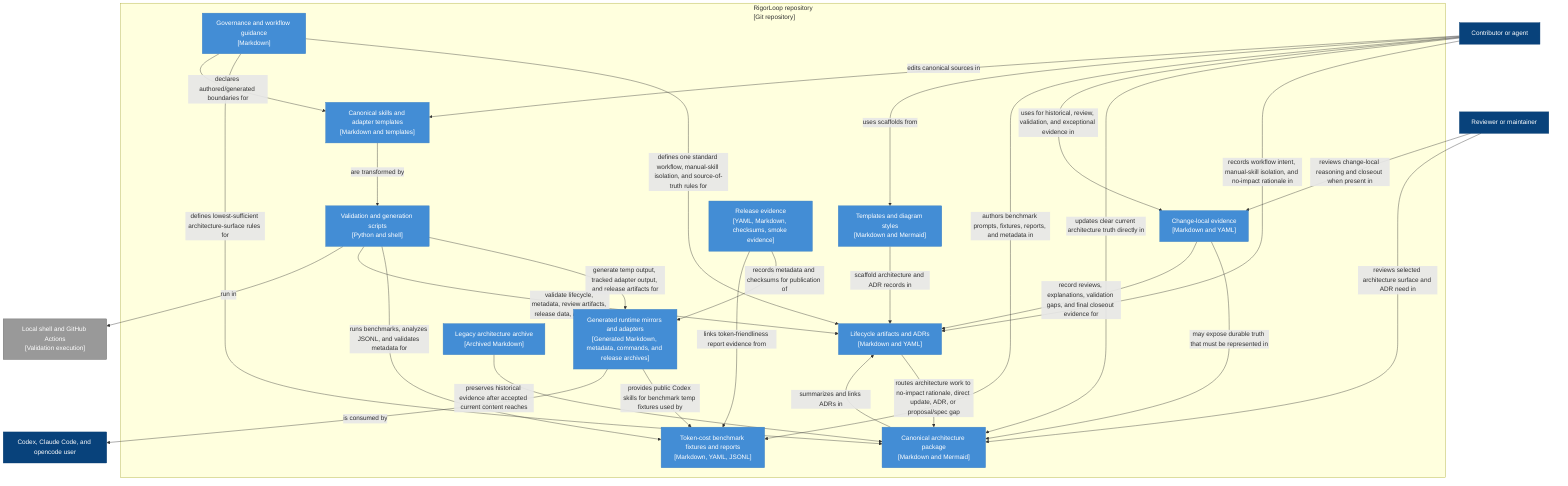
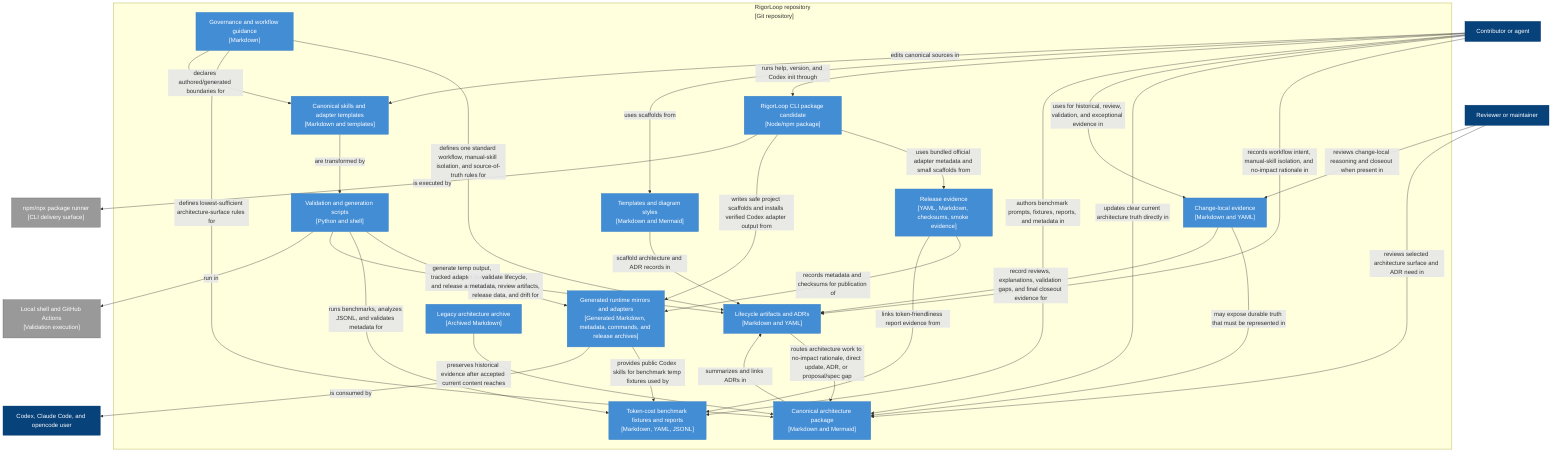
flowchart TB
  contributor["Contributor or agent"]:::person
  reviewer["Reviewer or maintainer"]:::person
  execution["Local shell and GitHub Actions<br/>[Validation execution]"]:::external
+   package_runner["npm/npx package runner<br/>[CLI delivery surface]"]:::external
  adapter_user["Codex, Claude Code, and opencode user"]:::person

  subgraph repo["RigorLoop repository<br/>[Git repository]"]
    governance["Governance and workflow guidance<br/>[Markdown]"]:::container
    lifecycle["Lifecycle artifacts and ADRs<br/>[Markdown and YAML]"]:::container
    token_bench["Token-cost benchmark fixtures and reports<br/>[Markdown, YAML, JSONL]"]:::container
+     cli["RigorLoop CLI package candidate<br/>[Node/npm package]"]:::container
    architecture["Canonical architecture package<br/>[Markdown and Mermaid]"]:::container
    changes["Change-local evidence<br/>[Markdown and YAML]"]:::container
    templates["Templates and diagram styles<br/>[Markdown and Mermaid]"]:::container
    skills["Canonical skills and adapter templates<br/>[Markdown and templates]"]:::container
    scripts["Validation and generation scripts<br/>[Python and shell]"]:::container
    generated["Generated runtime mirrors and adapters<br/>[Generated Markdown, metadata, commands, and release archives]"]:::container
    release["Release evidence<br/>[YAML, Markdown, checksums, smoke evidence]"]:::container
    legacy["Legacy architecture archive<br/>[Archived Markdown]"]:::container
  end

  contributor -->|records workflow intent, manual-skill isolation, and no-impact rationale in| lifecycle
  contributor -->|updates clear current architecture truth directly in| architecture
  contributor -->|uses for historical, review, validation, and exceptional evidence in| changes
  contributor -->|authors benchmark prompts, fixtures, reports, and metadata in| token_bench
+   contributor -->|runs help, version, and Codex init through| cli
  contributor -->|uses scaffolds from| templates
  contributor -->|edits canonical sources in| skills
  reviewer -->|reviews selected architecture surface and ADR need in| architecture
  reviewer -->|reviews change-local reasoning and closeout when present in| changes
  governance -->|defines one standard workflow, manual-skill isolation, and source-of-truth rules for| lifecycle
  governance -->|defines lowest-sufficient architecture-surface rules for| architecture
  governance -->|declares authored/generated boundaries for| skills
  lifecycle -->|routes architecture work to no-impact rationale, direct update, ADR, or proposal/spec gap| architecture
  changes -->|may expose durable truth that must be represented in| architecture
  changes -->|record reviews, explanations, validation gaps, and final closeout evidence for| lifecycle
  templates -->|scaffold architecture and ADR records in| lifecycle
  skills -->|are transformed by| scripts
  scripts -->|generate temp output, tracked adapter output, and release artifacts for| generated
  scripts -->|runs benchmarks, analyzes JSONL, and validates metadata for| token_bench
+   cli -->|uses bundled official adapter metadata and small scaffolds from| release
+   cli -->|writes safe project scaffolds and installs verified Codex adapter output from| generated
+   cli -->|is executed by| package_runner
  generated -->|provides public Codex skills for benchmark temp fixtures used by| token_bench
  scripts -->|validate lifecycle, metadata, review artifacts, release data, and drift for| lifecycle
  scripts -->|run in| execution
  release -->|records metadata and checksums for publication of| generated
  release -->|links token-friendliness report evidence from| token_bench
  generated -->|is consumed by| adapter_user
  legacy -->|preserves historical evidence after accepted current content reaches| architecture
  architecture -->|summarizes and links ADRs in| lifecycle

  classDef person fill:#08427b,stroke:#073b6f,color:#fff
  classDef system fill:#1168bd,stroke:#0e5aa7,color:#fff
  classDef external fill:#999,stroke:#666,color:#fff
  classDef container fill:#438dd5,stroke:#3c7fc0,color:#fff
